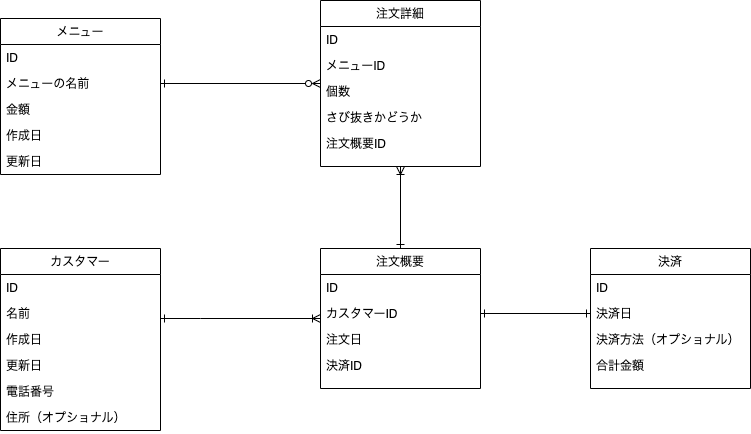
The draw.io diagram db/db-modeling-1/DB1 Diagram.drawio.png in yuikoito/PrAhaChallenge, before a commit. Source tidied: cells renumbered, new cells last; positions are measured from the earlier drawing's top-left corner, leaving out a move shared by most shapes.
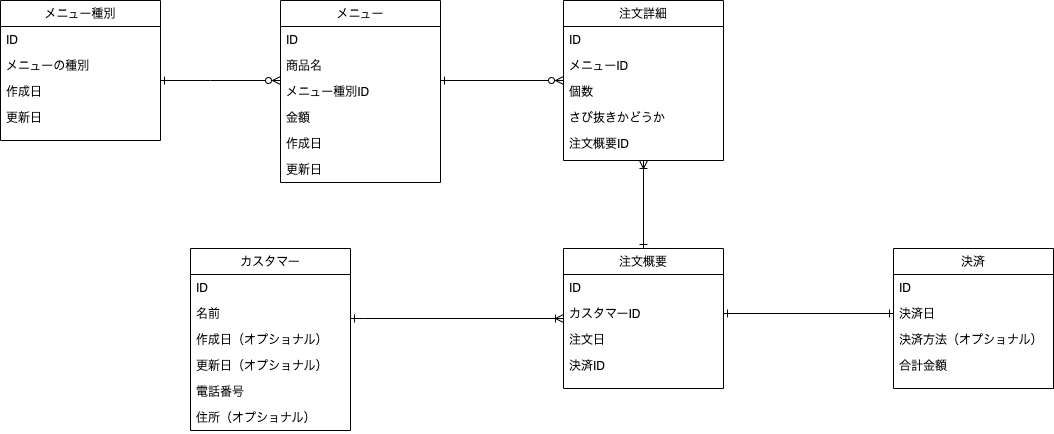
After the commit.

Diff of the diagram source:
```diff
@@ -3,33 +3,36 @@
     <mxCell id="0" />
     <mxCell id="1" parent="0" />
     <mxCell id="2" value="メニュー" style="swimlane;fontStyle=0;align=center;verticalAlign=top;horizontal=1;startSize=26;rounded=0;shadow=0;strokeWidth=1;" parent="1" vertex="1">
-      <mxGeometry y="18" width="160" height="156" as="geometry" />
+      <mxGeometry x="380" y="28" width="160" height="182" as="geometry" />
     </mxCell>
     <mxCell id="3" value="ID" style="text;align=left;verticalAlign=top;spacingLeft=4;spacingRight=4;overflow=hidden;" parent="2" vertex="1">
       <mxGeometry y="26" width="160" height="26" as="geometry" />
     </mxCell>
-    <mxCell id="4" value="メニューの名前" style="text;align=left;verticalAlign=top;spacingLeft=4;spacingRight=4;overflow=hidden;points=[[0,0.5],[1,0.5]];portConstraint=eastwest;rounded=0;shadow=0;html=0;" parent="2" vertex="1">
+    <mxCell id="4" value="商品名" style="text;align=left;verticalAlign=top;spacingLeft=4;spacingRight=4;overflow=hidden;points=[[0,0.5],[1,0.5]];portConstraint=eastwest;rounded=0;shadow=0;html=0;" parent="2" vertex="1">
       <mxGeometry y="52" width="160" height="26" as="geometry" />
     </mxCell>
+    <mxCell id="35" value="メニュー種別ID" style="text;align=left;verticalAlign=top;spacingLeft=4;spacingRight=4;overflow=hidden;points=[[0,0.5],[1,0.5]];portConstraint=eastwest;rounded=0;shadow=0;html=0;" parent="2" vertex="1">
+      <mxGeometry y="78" width="160" height="26" as="geometry" />
+    </mxCell>
     <mxCell id="5" value="金額" style="text;align=left;verticalAlign=top;spacingLeft=4;spacingRight=4;overflow=hidden;rounded=0;shadow=0;html=0;" parent="2" vertex="1">
-      <mxGeometry y="78" width="160" height="26" as="geometry" />
+      <mxGeometry y="104" width="160" height="26" as="geometry" />
     </mxCell>
     <mxCell id="6" value="作成日" style="text;align=left;verticalAlign=top;spacingLeft=4;spacingRight=4;overflow=hidden;rounded=0;shadow=0;html=0;" parent="2" vertex="1">
-      <mxGeometry y="104" width="160" height="26" as="geometry" />
+      <mxGeometry y="130" width="160" height="26" as="geometry" />
     </mxCell>
     <mxCell id="7" value="更新日" style="text;align=left;verticalAlign=top;spacingLeft=4;spacingRight=4;overflow=hidden;rounded=0;shadow=0;html=0;" parent="2" vertex="1">
-      <mxGeometry y="130" width="160" height="26" as="geometry" />
+      <mxGeometry y="156" width="160" height="26" as="geometry" />
     </mxCell>
     <mxCell id="8" style="edgeStyle=orthogonalEdgeStyle;rounded=0;jettySize=auto;html=1;startArrow=ERone;startFill=0;endArrow=ERoneToMany;endFill=0;" parent="1" edge="1" source="9" target="29">
       <mxGeometry relative="1" as="geometry">
         <Array as="points">
-          <mxPoint x="200" y="318" />
-          <mxPoint x="200" y="318" />
+          <mxPoint x="463" y="346" />
+          <mxPoint x="463" y="346" />
         </Array>
       </mxGeometry>
     </mxCell>
     <mxCell id="9" value="カスタマー" style="swimlane;fontStyle=0;align=center;verticalAlign=top;horizontal=1;startSize=26;rounded=0;shadow=0;strokeWidth=1;" parent="1" vertex="1">
-      <mxGeometry y="248" width="160" height="182" as="geometry" />
+      <mxGeometry x="290" y="276" width="160" height="182" as="geometry" />
     </mxCell>
     <mxCell id="10" value="ID" style="text;align=left;verticalAlign=top;spacingLeft=4;spacingRight=4;overflow=hidden;" parent="9" vertex="1">
       <mxGeometry y="26" width="160" height="26" as="geometry" />
@@ -37,10 +40,10 @@
     <mxCell id="11" value="名前" style="text;align=left;verticalAlign=top;spacingLeft=4;spacingRight=4;overflow=hidden;rounded=0;shadow=0;html=0;" parent="9" vertex="1">
       <mxGeometry y="52" width="160" height="26" as="geometry" />
     </mxCell>
-    <mxCell id="12" value="作成日&#10;" style="text;align=left;verticalAlign=top;spacingLeft=4;spacingRight=4;overflow=hidden;" parent="9" vertex="1">
+    <mxCell id="12" value="作成日（オプショナル）&#10;" style="text;align=left;verticalAlign=top;spacingLeft=4;spacingRight=4;overflow=hidden;" parent="9" vertex="1">
       <mxGeometry y="78" width="160" height="26" as="geometry" />
     </mxCell>
-    <mxCell id="13" value="更新日&#10;" style="text;align=left;verticalAlign=top;spacingLeft=4;spacingRight=4;overflow=hidden;" parent="9" vertex="1">
+    <mxCell id="13" value="更新日（オプショナル）&#10;" style="text;align=left;verticalAlign=top;spacingLeft=4;spacingRight=4;overflow=hidden;" parent="9" vertex="1">
       <mxGeometry y="104" width="160" height="26" as="geometry" />
     </mxCell>
     <mxCell id="14" value="電話番号" style="text;align=left;verticalAlign=top;spacingLeft=4;spacingRight=4;overflow=hidden;" parent="9" vertex="1">
@@ -49,14 +52,14 @@
     <mxCell id="15" value="住所（オプショナル）" style="text;align=left;verticalAlign=top;spacingLeft=4;spacingRight=4;overflow=hidden;" parent="9" vertex="1">
       <mxGeometry y="156" width="160" height="26" as="geometry" />
     </mxCell>
-    <mxCell id="16" style="edgeStyle=orthogonalEdgeStyle;rounded=0;jettySize=auto;html=1;entryX=1;entryY=0.5;entryDx=0;entryDy=0;endArrow=ERone;endFill=0;startArrow=ERzeroToMany;startFill=0;" parent="1" edge="1" source="18" target="4">
+    <mxCell id="16" style="edgeStyle=orthogonalEdgeStyle;rounded=0;jettySize=auto;html=1;entryX=1;entryY=0.077;entryDx=0;entryDy=0;endArrow=ERone;endFill=0;startArrow=ERzeroToMany;startFill=0;entryPerimeter=0;" parent="1" edge="1" source="18" target="35">
       <mxGeometry relative="1" as="geometry" />
     </mxCell>
     <mxCell id="17" style="edgeStyle=orthogonalEdgeStyle;rounded=0;jettySize=auto;html=1;exitX=0.5;exitY=1;exitDx=0;exitDy=0;entryX=0.5;entryY=0;entryDx=0;entryDy=0;startArrow=ERoneToMany;startFill=0;endArrow=ERone;endFill=0;" parent="1" edge="1" source="18" target="29">
       <mxGeometry relative="1" as="geometry" />
     </mxCell>
     <mxCell id="18" value="注文詳細" style="swimlane;fontStyle=0;align=center;verticalAlign=top;horizontal=1;startSize=26;rounded=0;shadow=0;strokeWidth=1;" parent="1" vertex="1">
-      <mxGeometry x="320" width="160" height="166" as="geometry" />
+      <mxGeometry x="663" y="28" width="160" height="160" as="geometry" />
     </mxCell>
     <mxCell id="19" value="ID" style="text;align=left;verticalAlign=top;spacingLeft=4;spacingRight=4;overflow=hidden;" parent="18" vertex="1">
       <mxGeometry y="26" width="160" height="26" as="geometry" />
@@ -74,7 +77,7 @@
       <mxGeometry y="130" width="160" height="26" as="geometry" />
     </mxCell>
     <mxCell id="24" value="決済" style="swimlane;fontStyle=0;align=center;verticalAlign=top;horizontal=1;startSize=26;rounded=0;shadow=0;strokeWidth=1;" parent="1" vertex="1">
-      <mxGeometry x="590" y="248" width="160" height="140" as="geometry" />
+      <mxGeometry x="993" y="276" width="160" height="140" as="geometry" />
     </mxCell>
     <mxCell id="25" value="ID" style="text;align=left;verticalAlign=top;spacingLeft=4;spacingRight=4;overflow=hidden;" parent="24" vertex="1">
       <mxGeometry y="26" width="160" height="26" as="geometry" />
@@ -89,7 +92,7 @@
       <mxGeometry y="104" width="160" height="26" as="geometry" />
     </mxCell>
     <mxCell id="29" value="注文概要" style="swimlane;fontStyle=0;align=center;verticalAlign=top;horizontal=1;startSize=26;rounded=0;shadow=0;strokeWidth=1;" parent="1" vertex="1">
-      <mxGeometry x="320" y="248" width="160" height="140" as="geometry" />
+      <mxGeometry x="663" y="276" width="160" height="140" as="geometry" />
     </mxCell>
     <mxCell id="30" value="ID" style="text;align=left;verticalAlign=top;spacingLeft=4;spacingRight=4;overflow=hidden;" parent="29" vertex="1">
       <mxGeometry y="26" width="160" height="26" as="geometry" />
@@ -106,5 +109,28 @@
     <mxCell id="34" style="edgeStyle=orthogonalEdgeStyle;rounded=0;jettySize=auto;html=1;exitX=1;exitY=0.5;exitDx=0;exitDy=0;startArrow=ERone;startFill=0;endArrow=ERone;endFill=0;" parent="1" edge="1" source="31" target="26">
       <mxGeometry relative="1" as="geometry" />
     </mxCell>
+    <mxCell id="36" style="edgeStyle=orthogonalEdgeStyle;rounded=0;jettySize=auto;html=1;startArrow=ERone;startFill=0;endArrow=ERzeroToMany;endFill=0;" parent="1" edge="1" source="37" target="2">
+      <mxGeometry relative="1" as="geometry">
+        <Array as="points">
+          <mxPoint x="310" y="108" />
+          <mxPoint x="310" y="108" />
+        </Array>
+      </mxGeometry>
+    </mxCell>
+    <mxCell id="37" value="メニュー種別" style="swimlane;fontStyle=0;align=center;verticalAlign=top;horizontal=1;startSize=26;rounded=0;shadow=0;strokeWidth=1;" parent="1" vertex="1">
+      <mxGeometry x="100" y="28" width="160" height="140" as="geometry" />
+    </mxCell>
+    <mxCell id="38" value="ID" style="text;align=left;verticalAlign=top;spacingLeft=4;spacingRight=4;overflow=hidden;" parent="37" vertex="1">
+      <mxGeometry y="26" width="160" height="26" as="geometry" />
+    </mxCell>
+    <mxCell id="39" value="メニューの種別" style="text;align=left;verticalAlign=top;spacingLeft=4;spacingRight=4;overflow=hidden;rounded=0;shadow=0;html=0;" parent="37" vertex="1">
+      <mxGeometry y="52" width="160" height="26" as="geometry" />
+    </mxCell>
+    <mxCell id="40" value="作成日" style="text;align=left;verticalAlign=top;spacingLeft=4;spacingRight=4;overflow=hidden;rounded=0;shadow=0;html=0;" parent="37" vertex="1">
+      <mxGeometry y="78" width="160" height="26" as="geometry" />
+    </mxCell>
+    <mxCell id="41" value="更新日" style="text;align=left;verticalAlign=top;spacingLeft=4;spacingRight=4;overflow=hidden;rounded=0;shadow=0;html=0;" parent="37" vertex="1">
+      <mxGeometry y="104" width="160" height="26" as="geometry" />
+    </mxCell>
   </root>
 </mxGraphModel>
```
